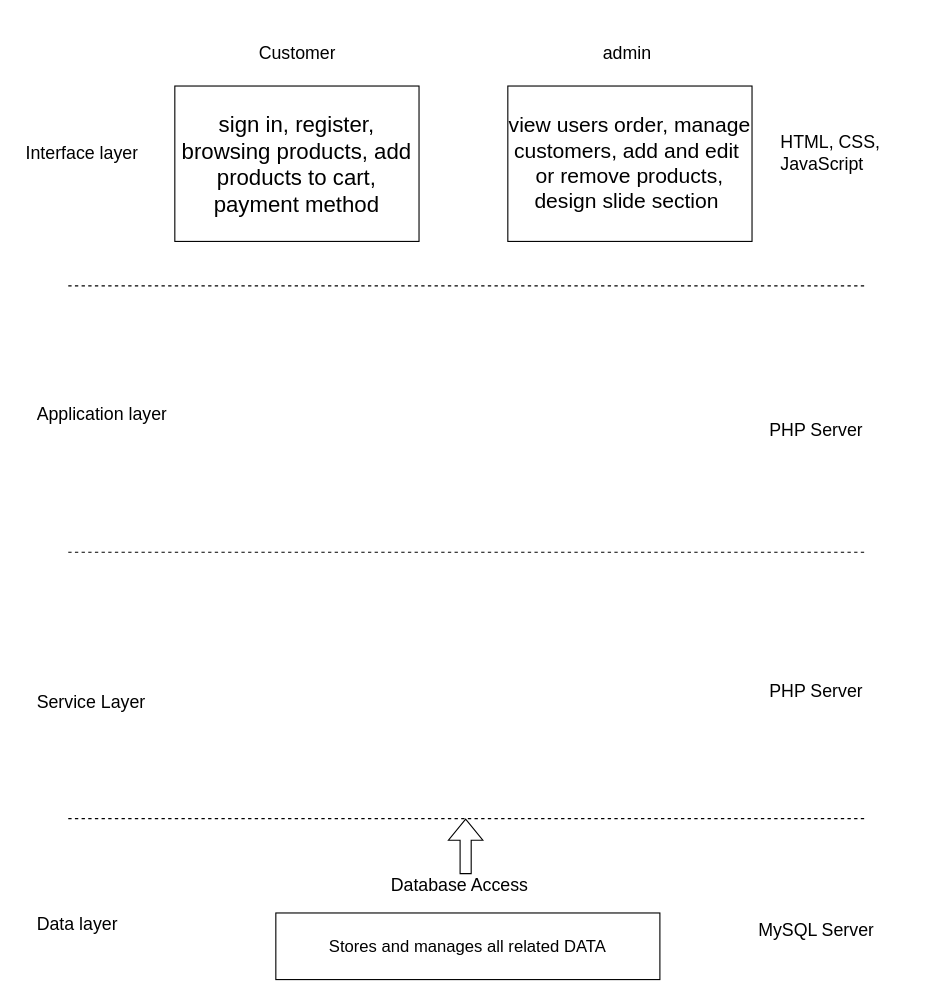
The draw.io diagram Untitled Diagram.drawio in mouafikmohammed/-alx-pre_course, before the edit. Source tidied: cells renumbered, new cells numbered last; positions are measured from the earlier drawing's top-left corner, leaving out a move shared by most shapes. Both pictures are drawn from the tidied source at 111%, with x=0, y=0 at pixel (19, 30).
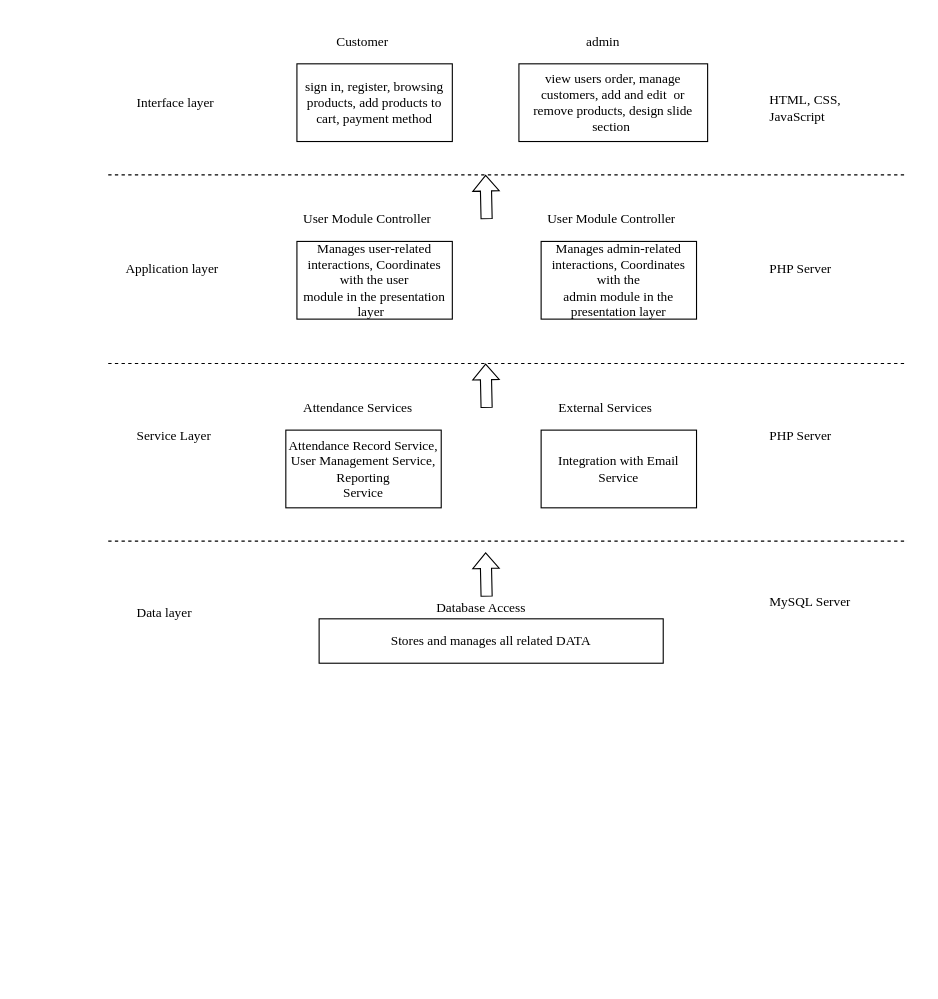
Above is the later version.

Diff of the diagram source:
```diff
@@
-    <mxCell id="2" value="&lt;font style=&quot;font-size: 15px;&quot;&gt;Stores and manages all related DATA&lt;/font&gt;" style="rounded=0;whiteSpace=wrap;html=1;" parent="1" vertex="1">
-      <mxGeometry x="231" y="795" width="346" height="60" as="geometry" />
+    <mxCell id="2" value="&lt;font style=&quot;font-size: 12px;&quot;&gt;Stores and manages all related DATA&lt;/font&gt;" style="rounded=0;whiteSpace=wrap;html=1;fontSize=12;fontFamily=Times New Roman;" parent="1" vertex="1">
+      <mxGeometry x="270" y="530" width="310" height="40" as="geometry" />
     </mxCell>
-    <mxCell id="3" value="&lt;font style=&quot;font-size: 16px;&quot;&gt;MySQL Server&lt;/font&gt;" style="text;strokeColor=none;fillColor=none;align=left;verticalAlign=middle;spacingLeft=4;spacingRight=4;overflow=hidden;whiteSpace=wrap;html=1;" parent="1" vertex="1">
-      <mxGeometry x="660" y="795" width="140" height="30" as="geometry" />
+    <mxCell id="3" value="&lt;font style=&quot;font-size: 12px;&quot;&gt;MySQL Server&lt;/font&gt;" style="text;strokeColor=none;fillColor=none;align=left;verticalAlign=middle;spacingLeft=4;spacingRight=4;overflow=hidden;whiteSpace=wrap;html=1;fontSize=12;fontFamily=Times New Roman;" parent="1" vertex="1">
+      <mxGeometry x="670" y="500" width="140" height="30" as="geometry" />
     </mxCell>
-    <mxCell id="4" value="&lt;font style=&quot;font-size: 16px;&quot;&gt;Data layer&lt;/font&gt;" style="text;strokeColor=none;fillColor=none;align=left;verticalAlign=middle;spacingLeft=4;spacingRight=4;overflow=hidden;whiteSpace=wrap;html=1;" parent="1" vertex="1">
-      <mxGeometry x="10" y="790" width="140" height="30" as="geometry" />
+    <mxCell id="4" value="&lt;font style=&quot;font-size: 12px;&quot;&gt;Data layer&lt;/font&gt;" style="text;strokeColor=none;fillColor=none;align=left;verticalAlign=middle;spacingLeft=4;spacingRight=4;overflow=hidden;whiteSpace=wrap;html=1;fontSize=12;fontFamily=Times New Roman;" parent="1" vertex="1">
+      <mxGeometry x="100" y="510" width="140" height="30" as="geometry" />
     </mxCell>
-    <mxCell id="5" style="shape=flexArrow;endArrow=classic;html=1;rounded=0;" parent="1" edge="1">
+    <mxCell id="5" style="shape=flexArrow;endArrow=classic;html=1;rounded=0;fontSize=12;endWidth=12.76595744680851;endSize=4.361702127659575;fontFamily=Times New Roman;" parent="1" edge="1">
       <mxGeometry relative="1" as="geometry">
-        <mxPoint x="402" y="760" as="sourcePoint" />
-        <mxPoint x="402" y="710" as="targetPoint" />
+        <mxPoint x="420.9" y="510" as="sourcePoint" />
+        <mxPoint x="420" y="470" as="targetPoint" />
       </mxGeometry>
     </mxCell>
-    <mxCell id="6" style="endArrow=none;dashed=1;html=1;rounded=0;" parent="1" edge="1">
+    <mxCell id="6" style="endArrow=none;dashed=1;html=1;rounded=0;fontSize=12;fontFamily=Times New Roman;" parent="1" edge="1">
       <mxGeometry relative="1" as="geometry">
-        <mxPoint x="44" y="710" as="sourcePoint" />
-        <mxPoint x="764" y="710" as="targetPoint" />
+        <mxPoint x="80" y="460" as="sourcePoint" />
+        <mxPoint x="800" y="460" as="targetPoint" />
       </mxGeometry>
     </mxCell>
-    <mxCell id="7" value="&lt;font style=&quot;font-size: 16px;&quot;&gt;Service Layer&lt;/font&gt;" style="text;strokeColor=none;fillColor=none;align=left;verticalAlign=middle;spacingLeft=4;spacingRight=4;overflow=hidden;whiteSpace=wrap;html=1;" parent="1" vertex="1">
-      <mxGeometry x="10" y="590" width="140" height="30" as="geometry" />
+    <mxCell id="7" value="&lt;font style=&quot;font-size: 12px;&quot;&gt;Service Layer&lt;/font&gt;" style="text;strokeColor=none;fillColor=none;align=left;verticalAlign=middle;spacingLeft=4;spacingRight=4;overflow=hidden;whiteSpace=wrap;html=1;fontSize=12;fontFamily=Times New Roman;" parent="1" vertex="1">
+      <mxGeometry x="100" y="350" width="140" height="30" as="geometry" />
     </mxCell>
-    <mxCell id="8" style="endArrow=none;dashed=1;html=1;rounded=0;" parent="1" edge="1">
+    <mxCell id="8" style="endArrow=none;dashed=1;html=1;rounded=0;fontSize=12;fontFamily=Times New Roman;" parent="1" edge="1">
       <mxGeometry relative="1" as="geometry">
-        <mxPoint x="44" y="470" as="sourcePoint" />
-        <mxPoint x="764" y="470" as="targetPoint" />
+        <mxPoint x="80" y="300" as="sourcePoint" />
+        <mxPoint x="800" y="300" as="targetPoint" />
       </mxGeometry>
     </mxCell>
-    <mxCell id="9" style="endArrow=none;dashed=1;html=1;rounded=0;" parent="1" edge="1">
+    <mxCell id="9" style="endArrow=none;dashed=1;html=1;rounded=0;fontSize=12;fontFamily=Times New Roman;" parent="1" edge="1">
       <mxGeometry relative="1" as="geometry">
-        <mxPoint x="44" y="230" as="sourcePoint" />
-        <mxPoint x="764" y="230" as="targetPoint" />
+        <mxPoint x="80" y="130" as="sourcePoint" />
+        <mxPoint x="800" y="130" as="targetPoint" />
       </mxGeometry>
     </mxCell>
-    <mxCell id="10" value="&lt;font style=&quot;font-size: 16px;&quot;&gt;PHP Server&lt;/font&gt;" style="text;strokeColor=none;fillColor=none;align=left;verticalAlign=middle;spacingLeft=4;spacingRight=4;overflow=hidden;whiteSpace=wrap;html=1;" parent="1" vertex="1">
-      <mxGeometry x="670" y="580" width="140" height="30" as="geometry" />
+    <mxCell id="10" value="&lt;font style=&quot;font-size: 12px;&quot;&gt;PHP Server&lt;/font&gt;" style="text;strokeColor=none;fillColor=none;align=left;verticalAlign=middle;spacingLeft=4;spacingRight=4;overflow=hidden;whiteSpace=wrap;html=1;fontSize=12;fontFamily=Times New Roman;" parent="1" vertex="1">
+      <mxGeometry x="670" y="350" width="140" height="30" as="geometry" />
     </mxCell>
-    <mxCell id="11" value="&lt;font style=&quot;font-size: 16px;&quot;&gt;PHP Server&lt;/font&gt;" style="text;strokeColor=none;fillColor=none;align=left;verticalAlign=middle;spacingLeft=4;spacingRight=4;overflow=hidden;whiteSpace=wrap;html=1;" parent="1" vertex="1">
-      <mxGeometry x="670" y="344.5" width="140" height="30" as="geometry" />
+    <mxCell id="11" value="&lt;font style=&quot;font-size: 12px;&quot;&gt;PHP Server&lt;/font&gt;" style="text;strokeColor=none;fillColor=none;align=left;verticalAlign=middle;spacingLeft=4;spacingRight=4;overflow=hidden;whiteSpace=wrap;html=1;fontSize=12;fontFamily=Times New Roman;" parent="1" vertex="1">
+      <mxGeometry x="670" y="200" width="140" height="30" as="geometry" />
     </mxCell>
-    <mxCell id="12" value="&lt;font style=&quot;font-size: 16px;&quot;&gt;HTML, CSS, JavaScript&lt;/font&gt;" style="text;strokeColor=none;fillColor=none;align=left;verticalAlign=middle;spacingLeft=4;spacingRight=4;overflow=hidden;whiteSpace=wrap;html=1;" parent="1" vertex="1">
-      <mxGeometry x="680" y="80" width="120" height="60" as="geometry" />
+    <mxCell id="12" value="&lt;font style=&quot;font-size: 12px;&quot;&gt;HTML, CSS, JavaScript&lt;/font&gt;" style="text;strokeColor=none;fillColor=none;align=left;verticalAlign=middle;spacingLeft=4;spacingRight=4;overflow=hidden;whiteSpace=wrap;html=1;fontSize=12;fontFamily=Times New Roman;" parent="1" vertex="1">
+      <mxGeometry x="670" y="40" width="120" height="60" as="geometry" />
     </mxCell>
-    <mxCell id="13" value="&lt;font style=&quot;font-size: 20px;&quot;&gt;sign in, register, browsing products, add products to cart, payment method&lt;/font&gt;" style="rounded=0;whiteSpace=wrap;html=1;" parent="1" vertex="1">
-      <mxGeometry x="140" y="50" width="220" height="140" as="geometry" />
+    <mxCell id="13" value="&lt;font style=&quot;font-size: 12px;&quot;&gt;sign in, register, browsing products, add products to cart, payment method&lt;/font&gt;" style="rounded=0;whiteSpace=wrap;html=1;fontSize=12;fontFamily=Times New Roman;" parent="1" vertex="1">
+      <mxGeometry x="250" y="30" width="140" height="70" as="geometry" />
     </mxCell>
-    <mxCell id="14" value="&lt;font style=&quot;font-size: 19px;&quot;&gt;view users order, manage customers, add and edit&amp;nbsp; or remove products, design slide section&amp;nbsp;&lt;/font&gt;" style="rounded=0;whiteSpace=wrap;html=1;" parent="1" vertex="1">
-      <mxGeometry x="440" y="50" width="220" height="140" as="geometry" />
+    <mxCell id="14" value="&lt;font style=&quot;font-size: 12px;&quot;&gt;view users order, manage customers, add and edit&amp;nbsp; or remove products, design slide section&amp;nbsp;&lt;/font&gt;" style="rounded=0;whiteSpace=wrap;html=1;fontSize=12;fontFamily=Times New Roman;" parent="1" vertex="1">
+      <mxGeometry x="450" y="30" width="170" height="70" as="geometry" />
     </mxCell>
-    <mxCell id="15" value="&lt;font style=&quot;font-size: 16px;&quot;&gt;admin&lt;/font&gt;" style="text;strokeColor=none;fillColor=none;align=left;verticalAlign=middle;spacingLeft=4;spacingRight=4;overflow=hidden;whiteSpace=wrap;html=1;" parent="1" vertex="1">
-      <mxGeometry x="520" width="100" height="40" as="geometry" />
+    <mxCell id="15" value="&lt;font style=&quot;font-size: 12px;&quot;&gt;admin&lt;/font&gt;" style="text;strokeColor=none;fillColor=none;align=left;verticalAlign=middle;spacingLeft=4;spacingRight=4;overflow=hidden;whiteSpace=wrap;html=1;fontSize=12;fontFamily=Times New Roman;" parent="1" vertex="1">
+      <mxGeometry x="505" y="-10" width="100" height="40" as="geometry" />
     </mxCell>
-    <mxCell id="16" value="&lt;span style=&quot;font-size: 16px;&quot;&gt;Customer&lt;/span&gt;" style="text;strokeColor=none;fillColor=none;align=left;verticalAlign=middle;spacingLeft=4;spacingRight=4;overflow=hidden;whiteSpace=wrap;html=1;" parent="1" vertex="1">
-      <mxGeometry x="210" width="100" height="40" as="geometry" />
+    <mxCell id="16" value="&lt;font style=&quot;font-size: 12px;&quot;&gt;Customer&lt;/font&gt;" style="text;strokeColor=none;fillColor=none;align=left;verticalAlign=middle;spacingLeft=4;spacingRight=4;overflow=hidden;whiteSpace=wrap;html=1;fontSize=12;fontFamily=Times New Roman;" parent="1" vertex="1">
+      <mxGeometry x="280" y="-10" width="100" height="40" as="geometry" />
     </mxCell>
-    <mxCell id="17" value="&lt;span style=&quot;font-size: 16px;&quot;&gt;Database Access&lt;/span&gt;" style="text;strokeColor=none;fillColor=none;align=left;verticalAlign=middle;spacingLeft=4;spacingRight=4;overflow=hidden;whiteSpace=wrap;html=1;" parent="1" vertex="1">
-      <mxGeometry x="329" y="750" width="150" height="40" as="geometry" />
+    <mxCell id="17" value="&lt;span style=&quot;font-size: 12px;&quot;&gt;Database Access&lt;/span&gt;" style="text;strokeColor=none;fillColor=none;align=left;verticalAlign=middle;spacingLeft=4;spacingRight=4;overflow=hidden;whiteSpace=wrap;html=1;fontSize=12;fontFamily=Times New Roman;" parent="1" vertex="1">
+      <mxGeometry x="370" y="500" width="150" height="40" as="geometry" />
     </mxCell>
-    <mxCell id="18" value="&lt;span style=&quot;font-size: 16px;&quot;&gt;Interface layer&lt;/span&gt;" style="text;strokeColor=none;fillColor=none;align=left;verticalAlign=middle;spacingLeft=4;spacingRight=4;overflow=hidden;whiteSpace=wrap;html=1;" parent="1" vertex="1">
-      <mxGeometry y="95" width="120" height="30" as="geometry" />
+    <mxCell id="18" value="&lt;font style=&quot;font-size: 12px;&quot;&gt;Interface layer&lt;/font&gt;" style="text;strokeColor=none;fillColor=none;align=left;verticalAlign=middle;spacingLeft=4;spacingRight=4;overflow=hidden;whiteSpace=wrap;html=1;fontSize=12;fontFamily=Times New Roman;" parent="1" vertex="1">
+      <mxGeometry x="100" y="50" width="120" height="30" as="geometry" />
     </mxCell>
-    <mxCell id="19" value="&lt;font style=&quot;font-size: 16px;&quot;&gt;Application layer&lt;/font&gt;" style="text;strokeColor=none;fillColor=none;align=left;verticalAlign=middle;spacingLeft=4;spacingRight=4;overflow=hidden;whiteSpace=wrap;html=1;" parent="1" vertex="1">
-      <mxGeometry x="10" y="330" width="140" height="30" as="geometry" />
+    <mxCell id="19" value="&lt;font style=&quot;font-size: 12px;&quot;&gt;Application layer&lt;/font&gt;" style="text;strokeColor=none;fillColor=none;align=left;verticalAlign=middle;spacingLeft=4;spacingRight=4;overflow=hidden;whiteSpace=wrap;html=1;fontSize=12;fontFamily=Times New Roman;" parent="1" vertex="1">
+      <mxGeometry x="90" y="200" width="140" height="30" as="geometry" />
     </mxCell>
+    <mxCell id="20" value="&lt;p class=&quot;MsoNormal&quot; style=&quot;font-size: 12px;&quot;&gt;Manages user-related interactions, Coordinates with the user&lt;br style=&quot;font-size: 12px;&quot;&gt;module in the presentation layer&amp;nbsp;&amp;nbsp;&lt;/p&gt;" style="rounded=0;whiteSpace=wrap;html=1;fontSize=12;fontFamily=Times New Roman;" parent="1" vertex="1">
+      <mxGeometry x="250" y="190" width="140" height="70" as="geometry" />
+    </mxCell>
+    <mxCell id="21" value="&lt;font style=&quot;font-size: 12px;&quot;&gt;User Module Controller&lt;/font&gt;" style="text;strokeColor=none;fillColor=none;align=left;verticalAlign=middle;spacingLeft=4;spacingRight=4;overflow=hidden;whiteSpace=wrap;html=1;fontSize=12;fontFamily=Times New Roman;" parent="1" vertex="1">
+      <mxGeometry x="250" y="150" width="140" height="40" as="geometry" />
+    </mxCell>
+    <mxCell id="22" value="&lt;font style=&quot;font-size: 12px;&quot;&gt;User Module Controller&lt;/font&gt;" style="text;strokeColor=none;fillColor=none;align=left;verticalAlign=middle;spacingLeft=4;spacingRight=4;overflow=hidden;whiteSpace=wrap;html=1;fontSize=12;fontFamily=Times New Roman;" parent="1" vertex="1">
+      <mxGeometry x="470" y="150" width="140" height="40" as="geometry" />
+    </mxCell>
+    <mxCell id="23" value="Attendance Services" style="text;strokeColor=none;fillColor=none;align=left;verticalAlign=middle;spacingLeft=4;spacingRight=4;overflow=hidden;whiteSpace=wrap;html=1;fontSize=12;fontFamily=Times New Roman;" parent="1" vertex="1">
+      <mxGeometry x="250" y="320" width="140" height="40" as="geometry" />
+    </mxCell>
+    <mxCell id="24" value="External Services" style="text;strokeColor=none;fillColor=none;align=left;verticalAlign=middle;spacingLeft=4;spacingRight=4;overflow=hidden;whiteSpace=wrap;html=1;fontSize=12;fontFamily=Times New Roman;" parent="1" vertex="1">
+      <mxGeometry x="480" y="320" width="140" height="40" as="geometry" />
+    </mxCell>
+    <mxCell id="25" value="&lt;p class=&quot;MsoNormal&quot; style=&quot;font-size: 12px;&quot;&gt;Manages admin-related interactions, Coordinates with the&lt;br style=&quot;font-size: 12px;&quot;&gt;admin module in the presentation layer&lt;/p&gt;" style="rounded=0;whiteSpace=wrap;html=1;fontSize=12;fontFamily=Times New Roman;" parent="1" vertex="1">
+      <mxGeometry x="470" y="190" width="140" height="70" as="geometry" />
+    </mxCell>
+    <mxCell id="26" value="&lt;p class=&quot;MsoNormal&quot; style=&quot;font-size: 12px;&quot;&gt;&lt;font style=&quot;font-size: 12px;&quot;&gt;Attendance Record Service, User Management Service, Reporting&lt;br style=&quot;font-size: 12px;&quot;&gt;Service&lt;/font&gt;&lt;/p&gt;" style="rounded=0;whiteSpace=wrap;html=1;fontSize=12;fontFamily=Times New Roman;" parent="1" vertex="1">
+      <mxGeometry x="240" y="360" width="140" height="70" as="geometry" />
+    </mxCell>
+    <mxCell id="27" value="&lt;p class=&quot;MsoNormal&quot; style=&quot;font-size: 12px;&quot;&gt;Integration with Email Service&lt;/p&gt;" style="rounded=0;whiteSpace=wrap;html=1;fontSize=12;fontFamily=Times New Roman;" parent="1" vertex="1">
+      <mxGeometry x="470" y="360" width="140" height="70" as="geometry" />
+    </mxCell>
+    <mxCell id="28" style="shape=flexArrow;endArrow=classic;html=1;rounded=0;fontSize=12;endWidth=12.76595744680851;endSize=4.361702127659575;fontFamily=Times New Roman;" parent="1" edge="1">
+      <mxGeometry relative="1" as="geometry">
+        <mxPoint x="420.9" y="340" as="sourcePoint" />
+        <mxPoint x="420" y="300" as="targetPoint" />
+      </mxGeometry>
+    </mxCell>
+    <mxCell id="29" style="shape=flexArrow;endArrow=classic;html=1;rounded=0;fontSize=12;endWidth=12.76595744680851;endSize=4.361702127659575;fontFamily=Times New Roman;" parent="1" edge="1">
+      <mxGeometry relative="1" as="geometry">
+        <mxPoint x="420.9" y="170" as="sourcePoint" />
+        <mxPoint x="420" y="130" as="targetPoint" />
+      </mxGeometry>
+    </mxCell>
```
